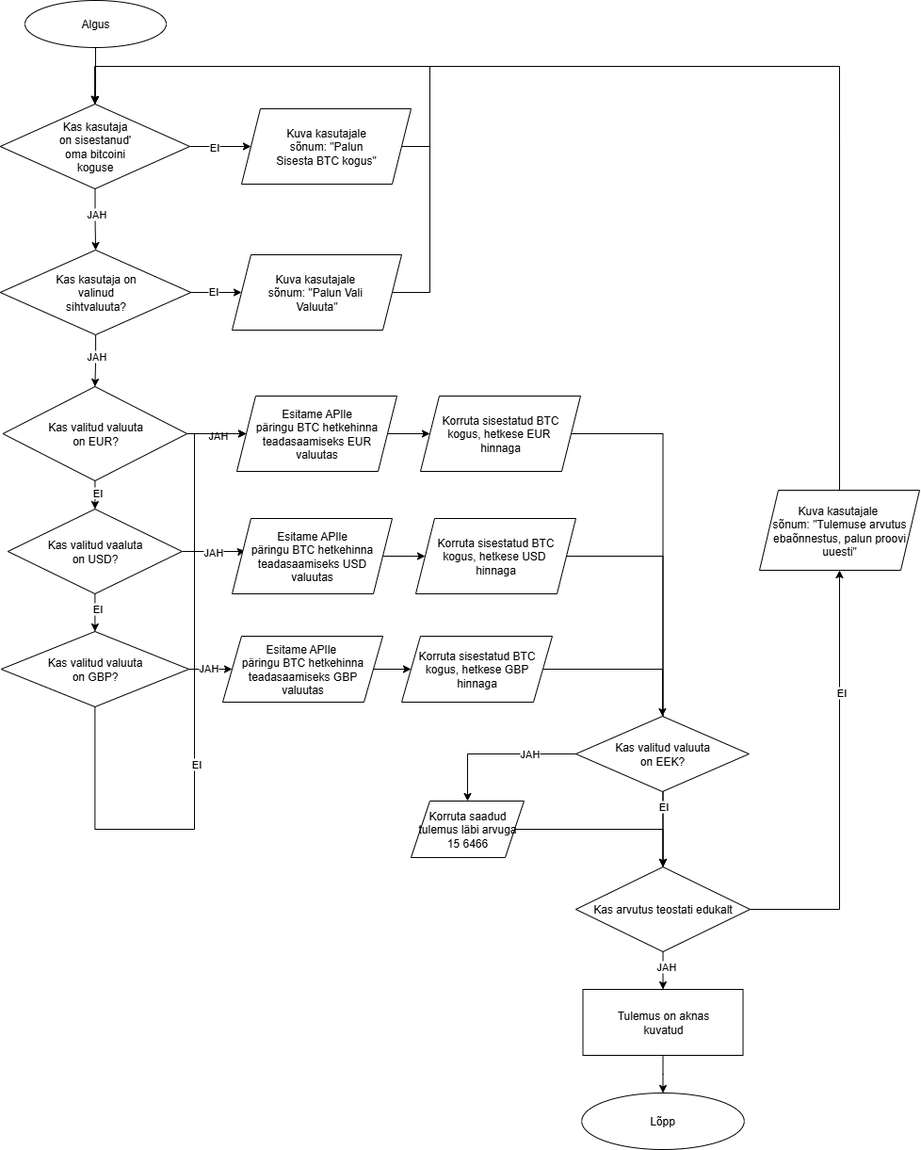
Before: pildid/BTC kalkulaatori voodiagramm2.png, a diagram exported from draw.io (Ats32-coder/Tarkvaraarenduse-protsess). Source tidied: cells renumbered, new cells last; positions are measured from the earlier drawing's top-left corner, leaving out a move shared by most shapes.
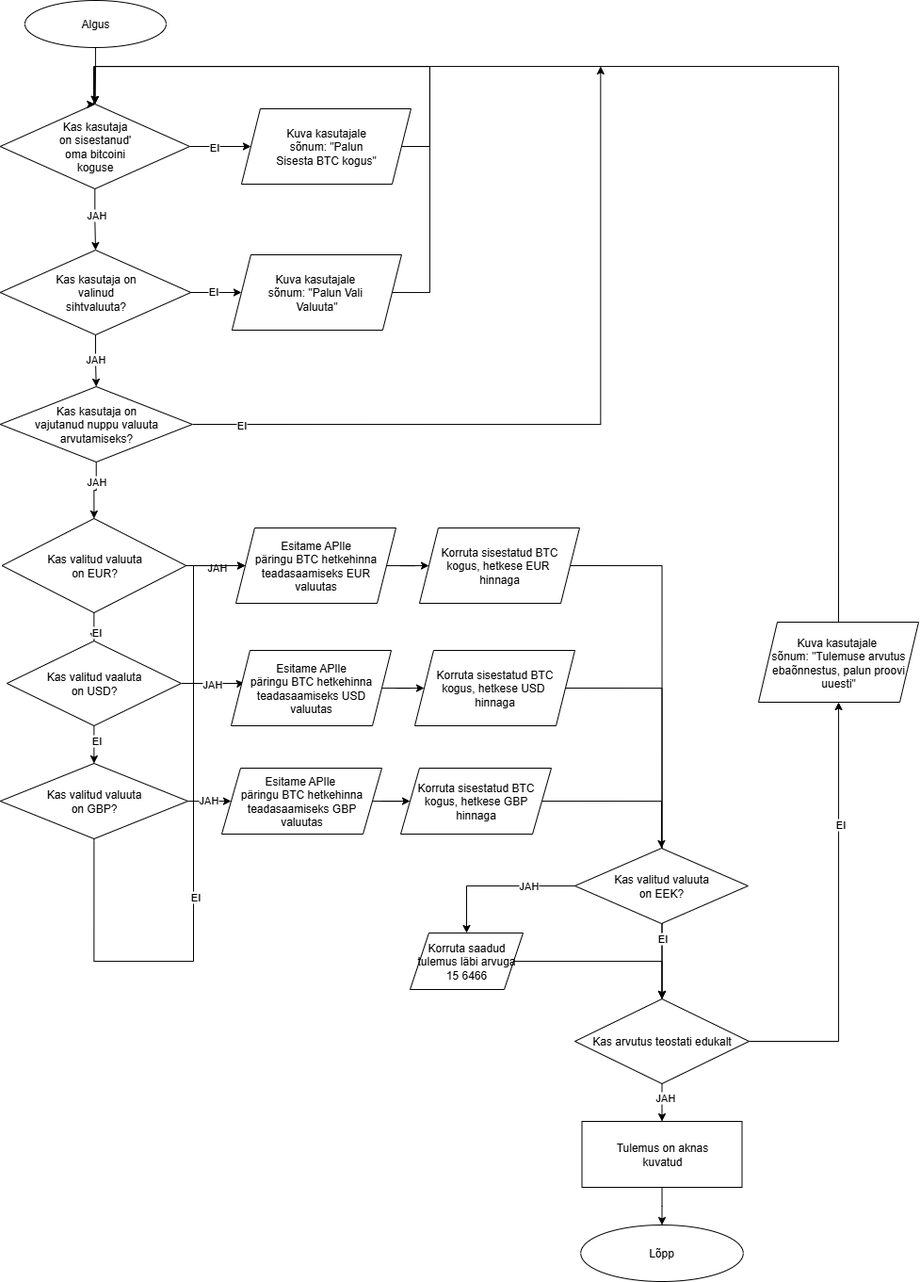
The same file after the commit.

Diff of the diagram source:
```diff
@@ -6,7 +6,7 @@
       <mxGeometry relative="1" as="geometry" />
     </mxCell>
     <mxCell id="3" value="Algus" style="ellipse;whiteSpace=wrap;html=1;" parent="1" vertex="1">
-      <mxGeometry x="26" width="150" height="50" as="geometry" />
+      <mxGeometry x="26.9" y="-140" width="150" height="50" as="geometry" />
     </mxCell>
     <mxCell id="4" style="edgeStyle=orthogonalEdgeStyle;rounded=0;jettySize=auto;html=1;" parent="1" edge="1" source="8" target="13">
       <mxGeometry relative="1" as="geometry" />
@@ -21,7 +21,7 @@
       <mxGeometry x="-0.22" relative="1" as="geometry" />
     </mxCell>
     <mxCell id="8" value="Kas kasutaja&lt;div&gt;on sisestanud'&lt;/div&gt;&lt;div&gt;oma bitcoini&lt;/div&gt;&lt;div&gt;koguse&lt;/div&gt;" style="rhombus;whiteSpace=wrap;html=1;" parent="1" vertex="1">
-      <mxGeometry x="-0.2" y="110" width="201.2" height="90" as="geometry" />
+      <mxGeometry x="0.7" y="-30" width="201.2" height="90" as="geometry" />
     </mxCell>
     <mxCell id="9" style="edgeStyle=orthogonalEdgeStyle;rounded=0;jettySize=auto;html=1;" parent="1" edge="1" source="13" target="15">
       <mxGeometry relative="1" as="geometry" />
@@ -29,38 +29,40 @@
     <mxCell id="10" value="EI" style="edgeLabel;html=1;align=center;verticalAlign=middle;" parent="9" vertex="1">
       <mxGeometry x="-0.14" y="2" relative="1" as="geometry" />
     </mxCell>
-    <mxCell id="11" style="edgeStyle=orthogonalEdgeStyle;rounded=0;jettySize=auto;html=1;" parent="1" edge="1" source="13" target="22">
-      <mxGeometry relative="1" as="geometry" />
-    </mxCell>
-    <mxCell id="12" value="JAH" style="edgeLabel;html=1;align=center;verticalAlign=middle;" parent="11" vertex="1">
-      <mxGeometry x="-0.19" relative="1" as="geometry" />
-    </mxCell>
+    <mxCell id="61" style="edgeStyle=orthogonalEdgeStyle;rounded=0;jettySize=auto;html=1;" parent="1" edge="1" source="13" target="67">
+      <mxGeometry relative="1" as="geometry" />
+    </mxCell>
+    <mxCell id="62" value="JAH" style="edgeLabel;html=1;align=center;verticalAlign=middle;" parent="61" vertex="1">
+      <mxGeometry x="-0.75" y="-1" relative="1" as="geometry">
+        <mxPoint y="18" as="offset" />
+      </mxGeometry>
+    </mxCell>
     <mxCell id="13" value="Kas kasutaja on&lt;div&gt;valinud&lt;/div&gt;&lt;div&gt;sihtvaluuta?&lt;/div&gt;" style="rhombus;whiteSpace=wrap;html=1;" parent="1" vertex="1">
-      <mxGeometry x="-0.2" y="265" width="202.5" height="90" as="geometry" />
+      <mxGeometry x="0.7" y="125" width="202.5" height="90" as="geometry" />
     </mxCell>
     <mxCell id="14" style="edgeStyle=orthogonalEdgeStyle;rounded=0;jettySize=auto;html=1;exitX=1;exitY=0.5;exitDx=0;exitDy=0;entryX=0.5;entryY=0;entryDx=0;entryDy=0;" parent="1" edge="1" source="15" target="8">
       <mxGeometry relative="1" as="geometry">
         <Array as="points">
-          <mxPoint x="456" y="310" />
-          <mxPoint x="456" y="70" />
-          <mxPoint x="100" y="70" />
+          <mxPoint x="456.9" y="170" />
+          <mxPoint x="456.9" y="-70" />
+          <mxPoint x="100.9" y="-70" />
         </Array>
       </mxGeometry>
     </mxCell>
     <mxCell id="15" value="Kuva kasutajale&amp;nbsp;&lt;div&gt;sõnum: &quot;Palun Vali&amp;nbsp;&lt;/div&gt;&lt;div&gt;Valuuta&quot;&lt;/div&gt;" style="shape=parallelogram;perimeter=parallelogramPerimeter;whiteSpace=wrap;html=1;fixedSize=1;" parent="1" vertex="1">
-      <mxGeometry x="246" y="270" width="180" height="80" as="geometry" />
+      <mxGeometry x="246.9" y="130" width="180" height="80" as="geometry" />
     </mxCell>
     <mxCell id="16" style="edgeStyle=orthogonalEdgeStyle;rounded=0;jettySize=auto;html=1;exitX=1;exitY=0.5;exitDx=0;exitDy=0;entryX=0.5;entryY=0;entryDx=0;entryDy=0;" parent="1" edge="1" source="17" target="8">
       <mxGeometry relative="1" as="geometry">
         <Array as="points">
-          <mxPoint x="456" y="155" />
-          <mxPoint x="456" y="70" />
-          <mxPoint x="100" y="70" />
+          <mxPoint x="456.9" y="15" />
+          <mxPoint x="456.9" y="-70" />
+          <mxPoint x="100.9" y="-70" />
         </Array>
       </mxGeometry>
     </mxCell>
     <mxCell id="17" value="Kuva kasutajale&lt;div&gt;sõnum: &quot;Palun&lt;/div&gt;&lt;div&gt;Sisesta BTC kogus&quot;&lt;/div&gt;" style="shape=parallelogram;perimeter=parallelogramPerimeter;whiteSpace=wrap;html=1;fixedSize=1;" parent="1" vertex="1">
-      <mxGeometry x="256" y="115" width="180" height="80" as="geometry" />
+      <mxGeometry x="256.9" y="-25" width="180" height="80" as="geometry" />
     </mxCell>
     <mxCell id="18" style="edgeStyle=orthogonalEdgeStyle;rounded=0;jettySize=auto;html=1;" parent="1" edge="1" source="22" target="27">
       <mxGeometry relative="1" as="geometry" />
@@ -155,8 +157,9 @@
     <mxCell id="44" style="edgeStyle=orthogonalEdgeStyle;rounded=0;jettySize=auto;html=1;exitX=0.5;exitY=0;exitDx=0;exitDy=0;entryX=0.5;entryY=0;entryDx=0;entryDy=0;" parent="1" edge="1" source="45" target="8">
       <mxGeometry relative="1" as="geometry">
         <Array as="points">
-          <mxPoint x="891" y="70" />
-          <mxPoint x="100" y="70" />
+          <mxPoint x="891" y="-70" />
+          <mxPoint x="100" y="-70" />
+          <mxPoint x="100" y="-30" />
         </Array>
       </mxGeometry>
     </mxCell>
@@ -218,5 +221,22 @@
     <mxCell id="60" value="Korruta saadud&lt;div&gt;tulemus läbi arvuga&lt;/div&gt;&lt;div&gt;15 6466&lt;/div&gt;" style="shape=parallelogram;perimeter=parallelogramPerimeter;whiteSpace=wrap;html=1;fixedSize=1;" parent="1" vertex="1">
       <mxGeometry x="436" y="850" width="120" height="60" as="geometry" />
     </mxCell>
+    <mxCell id="63" style="edgeStyle=orthogonalEdgeStyle;rounded=0;jettySize=auto;html=1;exitX=0.5;exitY=1;exitDx=0;exitDy=0;entryX=0.5;entryY=0;entryDx=0;entryDy=0;" parent="1" edge="1" source="67" target="22">
+      <mxGeometry relative="1" as="geometry" />
+    </mxCell>
+    <mxCell id="64" value="JAH" style="edgeLabel;html=1;align=center;verticalAlign=middle;" parent="63" vertex="1">
+      <mxGeometry x="-0.35" relative="1" as="geometry" />
+    </mxCell>
+    <mxCell id="65" style="edgeStyle=orthogonalEdgeStyle;rounded=0;jettySize=auto;html=1;exitX=1;exitY=0.5;exitDx=0;exitDy=0;" parent="1" edge="1" source="67">
+      <mxGeometry relative="1" as="geometry">
+        <mxPoint x="638.4" y="-70" as="targetPoint" />
+      </mxGeometry>
+    </mxCell>
+    <mxCell id="66" value="EI" style="edgeLabel;html=1;align=center;verticalAlign=middle;" parent="65" vertex="1">
+      <mxGeometry x="-0.87" relative="1" as="geometry" />
+    </mxCell>
+    <mxCell id="67" value="Kas kasutaja on&lt;div&gt;vajutanud nuppu valuuta&lt;/div&gt;&lt;div&gt;arvutamiseks?&lt;/div&gt;" style="rhombus;whiteSpace=wrap;html=1;" parent="1" vertex="1">
+      <mxGeometry x="0.7" y="270" width="204.1" height="80" as="geometry" />
+    </mxCell>
   </root>
 </mxGraphModel>
```
